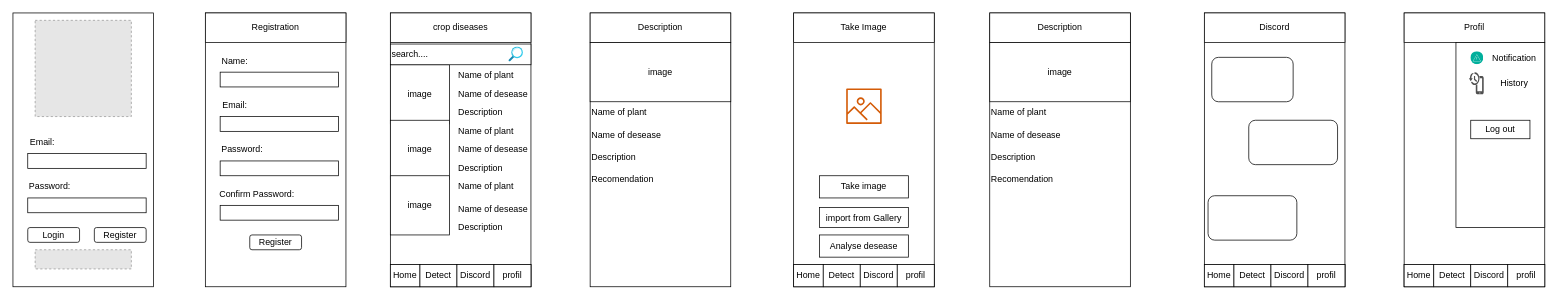
XpertBotTeam/crop_disease_mobile keeps this draw.io diagram as agriidetect/Untitled Diagram.drawio. Above is the earlier version. Source tidied: cells renumbered, new cells numbered last; positions are measured from the earlier drawing's top-left corner, leaving out a move shared by most shapes. Both pictures are drawn from the tidied source at 74%, with x=0, y=0 at pixel (13, 13). Pictures stored in the file or linked from it are replaced by grey dashed boxes.
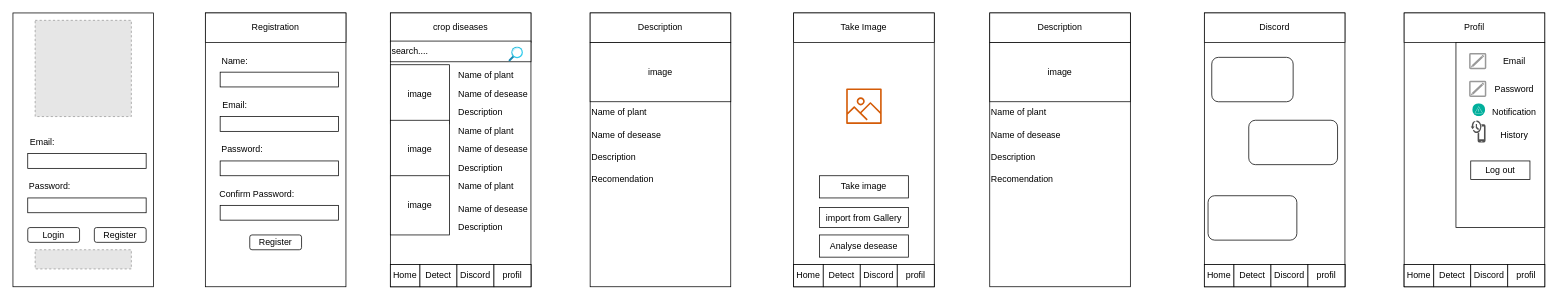
Above is the later version.

Commit message:
finish_mockup_app

Diff of the diagram source:
```diff
@@
     <mxCell id="59" value="search...." style="rounded=0;whiteSpace=wrap;html=1;align=left;" parent="1" vertex="1">
-      <mxGeometry x="510" y="42" width="190" height="28" as="geometry" />
+      <mxGeometry x="510" y="38" width="190" height="28" as="geometry" />
     </mxCell>
@@
     <mxCell id="86" value="Notification" style="text;html=1;strokeColor=none;fillColor=none;align=center;verticalAlign=middle;whiteSpace=wrap;rounded=0;" parent="1" vertex="1">
-      <mxGeometry x="1998.8" y="46" width="60" height="30" as="geometry" />
+      <mxGeometry x="1998.8" y="120" width="60" height="30" as="geometry" />
     </mxCell>
     <mxCell id="87" style="image;perimeter=ellipsePerimeter;html=1;align=center;shadow=0;dashed=0;fontColor=#4277BB;labelBackgroundColor=default;fontSize=12;spacingTop=3;image=img/lib/ibm/management/alert_notification.svg;" parent="1" vertex="1">
-      <mxGeometry x="1970" y="52.2" width="17.5" height="17.5" as="geometry" />
+      <mxGeometry x="1972.5" y="122.5" width="17.5" height="17.5" as="geometry" />
     </mxCell>
     <mxCell id="88" style="sketch=0;shadow=0;dashed=0;html=1;strokeColor=none;labelPosition=center;verticalLabelPosition=bottom;verticalAlign=top;align=center;fillColor=#505050;shape=mxgraph.mscae.intune.device_history;" parent="1" vertex="1">
-      <mxGeometry x="1967.5" y="80" width="20" height="30" as="geometry" />
+      <mxGeometry x="1970" y="145" width="20" height="30" as="geometry" />
     </mxCell>
     <mxCell id="89" value="History" style="text;html=1;strokeColor=none;fillColor=none;align=center;verticalAlign=middle;whiteSpace=wrap;rounded=0;" parent="1" vertex="1">
-      <mxGeometry x="1998.8" y="80" width="60" height="30" as="geometry" />
+      <mxGeometry x="1998.8" y="150" width="60" height="30" as="geometry" />
     </mxCell>
     <mxCell id="90" value="Log out" style="rounded=0;whiteSpace=wrap;html=1;" parent="1" vertex="1">
-      <mxGeometry x="1970" y="145" width="80" height="25" as="geometry" />
+      <mxGeometry x="1970" y="200" width="80" height="25" as="geometry" />
     </mxCell>
+    <mxCell id="91" value="Email" style="text;html=1;strokeColor=none;fillColor=none;align=center;verticalAlign=middle;whiteSpace=wrap;rounded=0;" parent="1" vertex="1">
+      <mxGeometry x="1998.8" y="50" width="60" height="30" as="geometry" />
+    </mxCell>
+    <mxCell id="92" value="Password" style="text;html=1;strokeColor=none;fillColor=none;align=center;verticalAlign=middle;whiteSpace=wrap;rounded=0;" parent="1" vertex="1">
+      <mxGeometry x="1998.8" y="87.5" width="60" height="30" as="geometry" />
+    </mxCell>
+    <mxCell id="93" style="strokeColor=#999999;verticalLabelPosition=bottom;shadow=0;dashed=0;verticalAlign=top;strokeWidth=2;html=1;shape=mxgraph.mockup.misc.editIcon;" parent="1" vertex="1">
+      <mxGeometry x="1968.8" y="55" width="21.2" height="20" as="geometry" />
+    </mxCell>
+    <mxCell id="94" style="strokeColor=#999999;verticalLabelPosition=bottom;shadow=0;dashed=0;verticalAlign=top;strokeWidth=2;html=1;shape=mxgraph.mockup.misc.editIcon;" parent="1" vertex="1">
+      <mxGeometry x="1968.8" y="92.5" width="21.2" height="20" as="geometry" />
+    </mxCell>
```
